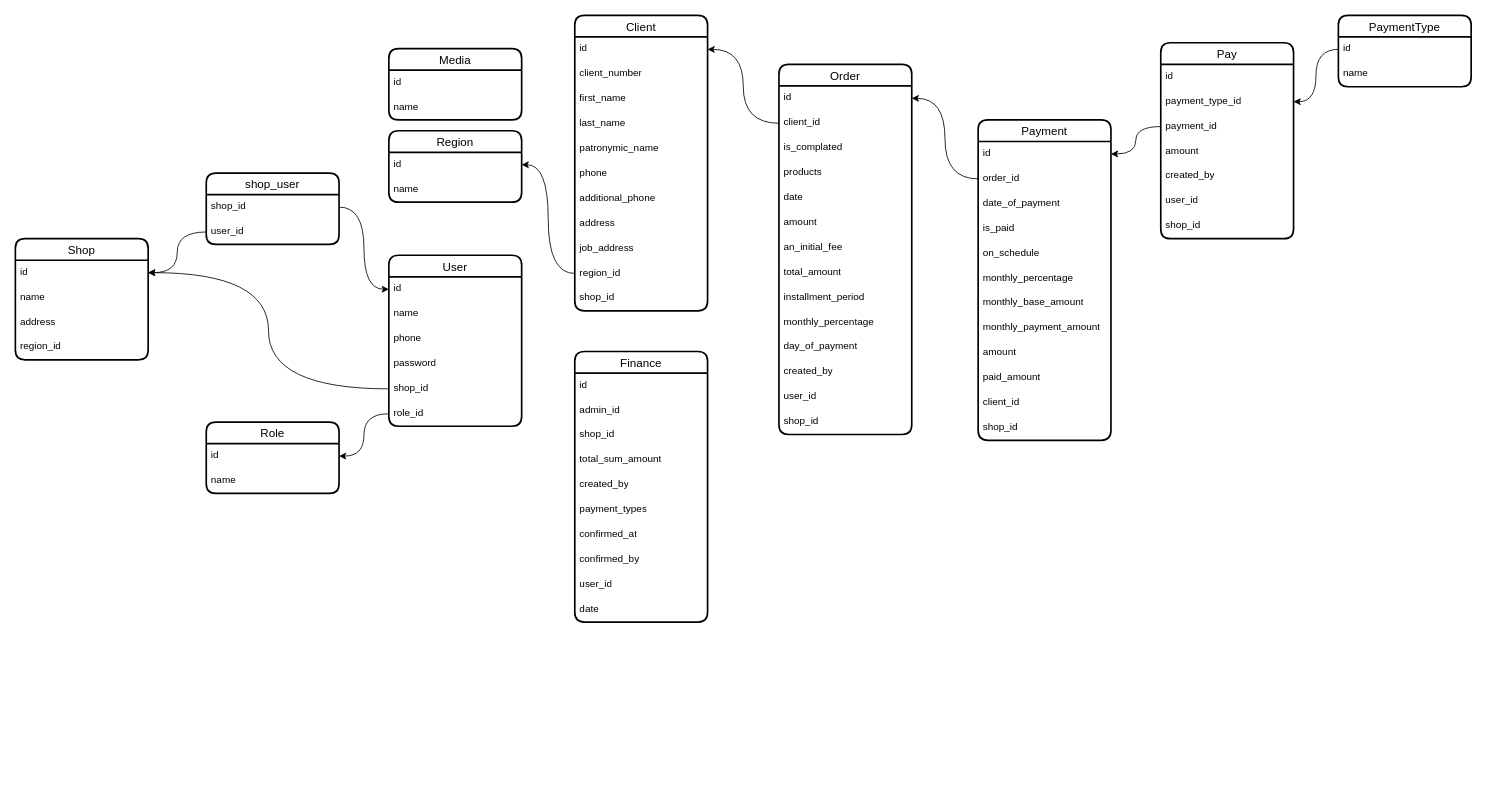
Before: page "Страница — 1" (1 of 2) of karsoft-payment.drawio in iztileuoff/databases, a draw.io diagram. Source tidied: cells renumbered, new cells numbered last; positions are measured from the earlier drawing's top-left corner, leaving out a move shared by most shapes. Both pictures are drawn from the tidied source at 83%, with x=0, y=0 at pixel (15, 15).
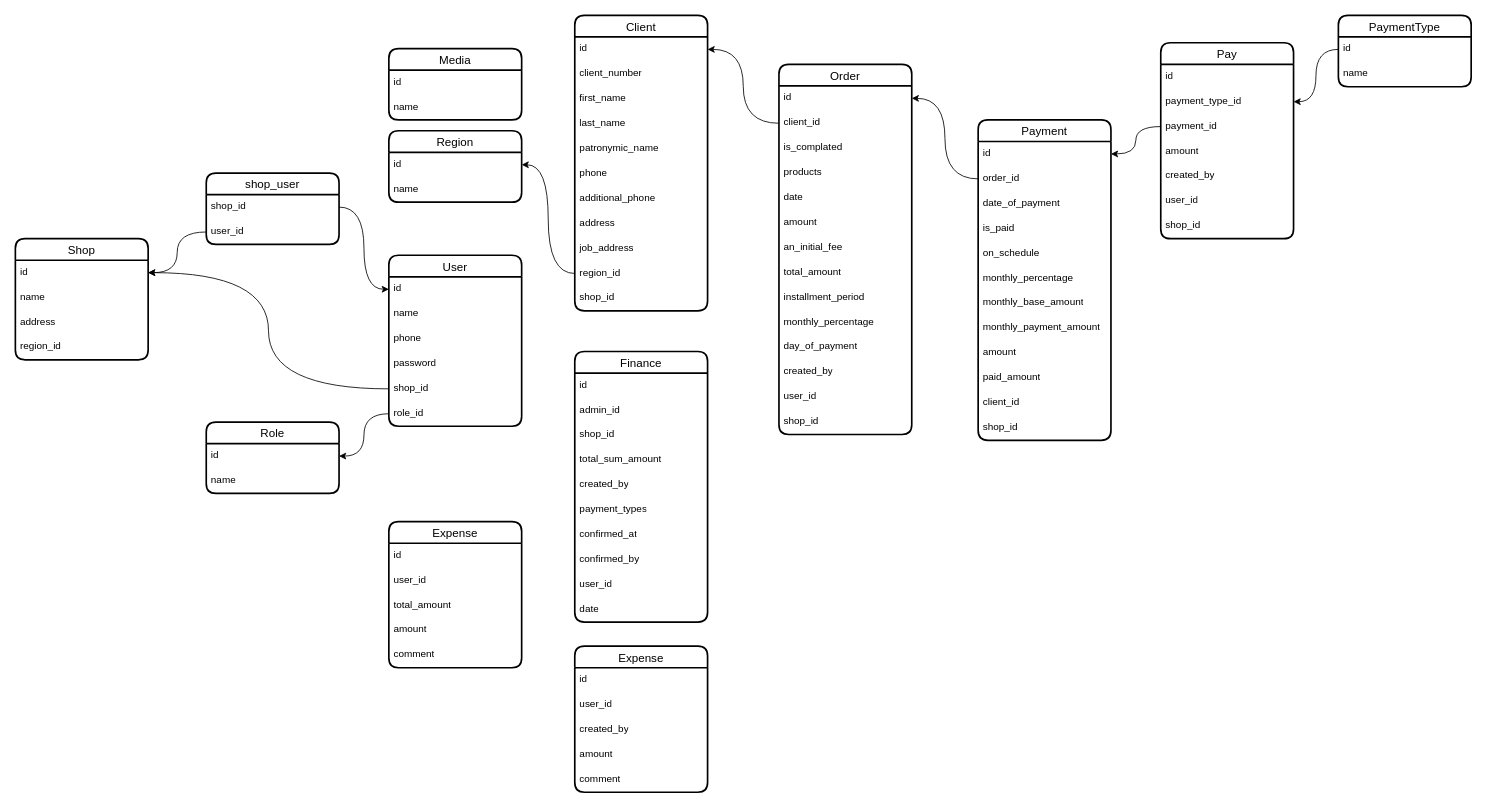
The same page after the edit.

What changed in the source:
```diff
@@
+    <mxCell id="97" value="Expense" style="swimlane;fontStyle=0;horizontal=1;startSize=26;align=center;fontSize=14;strokeWidth=2;rounded=1;shadow=0;glass=0;swimlaneLine=1;" parent="1" vertex="1">
+      <mxGeometry x="674" y="760" width="160" height="176" as="geometry" />
+    </mxCell>
+    <mxCell id="98" value="id" style="text;strokeColor=none;fillColor=none;spacingLeft=4;spacingRight=4;overflow=hidden;fontSize=12;whiteSpace=wrap;html=1;" parent="97" vertex="1">
+      <mxGeometry y="26" width="160" height="30" as="geometry" />
+    </mxCell>
+    <mxCell id="99" value="user_id" style="text;strokeColor=none;fillColor=none;spacingLeft=4;spacingRight=4;overflow=hidden;fontSize=12;whiteSpace=wrap;html=1;" parent="97" vertex="1">
+      <mxGeometry y="56" width="160" height="30" as="geometry" />
+    </mxCell>
+    <mxCell id="100" value="created_by" style="text;strokeColor=none;fillColor=none;spacingLeft=4;spacingRight=4;overflow=hidden;fontSize=12;whiteSpace=wrap;html=1;" parent="97" vertex="1">
+      <mxGeometry y="86" width="160" height="30" as="geometry" />
+    </mxCell>
+    <mxCell id="101" value="amount" style="text;strokeColor=none;fillColor=none;spacingLeft=4;spacingRight=4;overflow=hidden;fontSize=12;whiteSpace=wrap;html=1;" parent="97" vertex="1">
+      <mxGeometry y="116" width="160" height="30" as="geometry" />
+    </mxCell>
+    <mxCell id="102" value="comment" style="text;strokeColor=none;fillColor=none;spacingLeft=4;spacingRight=4;overflow=hidden;fontSize=12;whiteSpace=wrap;html=1;" parent="97" vertex="1">
+      <mxGeometry y="146" width="160" height="30" as="geometry" />
+    </mxCell>
+    <mxCell id="103" value="Expense" style="swimlane;fontStyle=0;horizontal=1;startSize=26;align=center;fontSize=14;strokeWidth=2;rounded=1;shadow=0;glass=0;swimlaneLine=1;" parent="1" vertex="1">
+      <mxGeometry x="450" y="610" width="160" height="176" as="geometry" />
+    </mxCell>
+    <mxCell id="104" value="id" style="text;strokeColor=none;fillColor=none;spacingLeft=4;spacingRight=4;overflow=hidden;fontSize=12;whiteSpace=wrap;html=1;" parent="103" vertex="1">
+      <mxGeometry y="26" width="160" height="30" as="geometry" />
+    </mxCell>
+    <mxCell id="105" value="user_id" style="text;strokeColor=none;fillColor=none;spacingLeft=4;spacingRight=4;overflow=hidden;fontSize=12;whiteSpace=wrap;html=1;" parent="103" vertex="1">
+      <mxGeometry y="56" width="160" height="30" as="geometry" />
+    </mxCell>
+    <mxCell id="106" value="total_amount" style="text;strokeColor=none;fillColor=none;spacingLeft=4;spacingRight=4;overflow=hidden;fontSize=12;whiteSpace=wrap;html=1;" parent="103" vertex="1">
+      <mxGeometry y="86" width="160" height="30" as="geometry" />
+    </mxCell>
+    <mxCell id="107" value="amount" style="text;strokeColor=none;fillColor=none;spacingLeft=4;spacingRight=4;overflow=hidden;fontSize=12;whiteSpace=wrap;html=1;" parent="103" vertex="1">
+      <mxGeometry y="116" width="160" height="30" as="geometry" />
+    </mxCell>
+    <mxCell id="108" value="comment" style="text;strokeColor=none;fillColor=none;spacingLeft=4;spacingRight=4;overflow=hidden;fontSize=12;whiteSpace=wrap;html=1;" parent="103" vertex="1">
+      <mxGeometry y="146" width="160" height="30" as="geometry" />
+    </mxCell>
```
